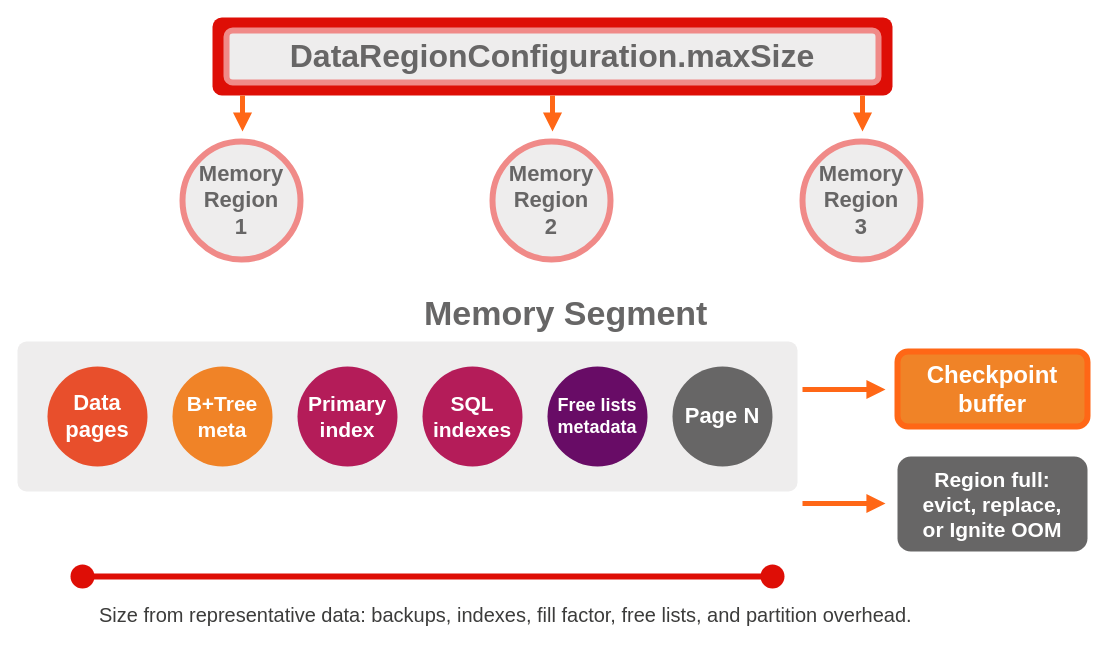
Earlier version of the draw.io diagram page "Data Region Budget" (2 of 13) of docs/_docs/images/memory-budget.drawio (ignitetcbot/ignite). Source tidied: cells renumbered, new cells numbered last; positions are measured from the earlier drawing's top-left corner, leaving out a move shared by most shapes. Both pictures are drawn from the tidied source at 100%, with x=0, y=0 at pixel (17, 17).
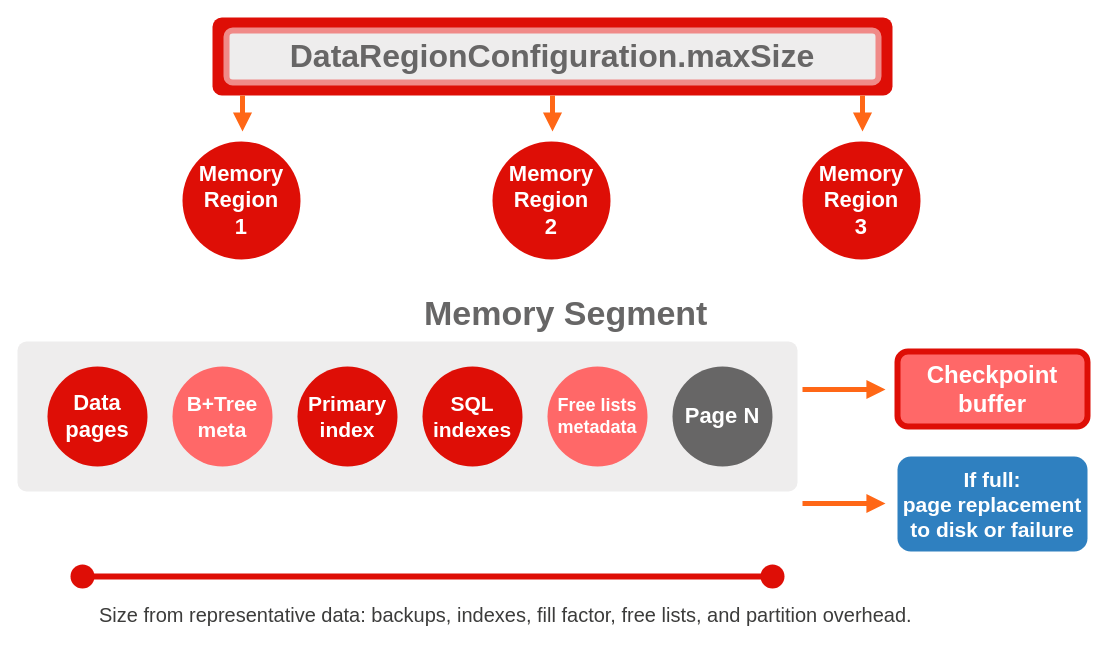
After the change.

Commit message (it also covers changes not shown here):
Ignite 2.x capacity planning - new iteration

The edit, as a diff of the source:
```diff
@@
-    <mxCell id="4" value="Memory&#10;Region&#10;1" style="ellipse;whiteSpace=wrap;html=1;fillColor=#eeeded;strokeColor=#f08a88;strokeWidth=6;fontSize=22;fontFamily=Helvetica;fontColor=#676666;fontStyle=1;" parent="1" vertex="1">
+    <mxCell id="4" value="Memory&#10;Region&#10;1" style="ellipse;whiteSpace=wrap;html=1;fillColor=#de0e06;strokeColor=none;strokeWidth=6;fontSize=22;fontFamily=Helvetica;fontColor=#ffffff;fontStyle=1;" parent="1" vertex="1">
       <mxGeometry x="165" y="124" width="118" height="118" as="geometry" />
     </mxCell>
-    <mxCell id="5" value="Memory&#10;Region&#10;2" style="ellipse;whiteSpace=wrap;html=1;fillColor=#eeeded;strokeColor=#f08a88;strokeWidth=6;fontSize=22;fontFamily=Helvetica;fontColor=#676666;fontStyle=1;" parent="1" vertex="1">
+    <mxCell id="5" value="Memory&#10;Region&#10;2" style="ellipse;whiteSpace=wrap;html=1;fillColor=#de0e06;strokeColor=none;strokeWidth=6;fontSize=22;fontFamily=Helvetica;fontColor=#ffffff;fontStyle=1;" parent="1" vertex="1">
       <mxGeometry x="475" y="124" width="118" height="118" as="geometry" />
     </mxCell>
-    <mxCell id="6" value="Memory&#10;Region&#10;3" style="ellipse;whiteSpace=wrap;html=1;fillColor=#eeeded;strokeColor=#f08a88;strokeWidth=6;fontSize=22;fontFamily=Helvetica;fontColor=#676666;fontStyle=1;" parent="1" vertex="1">
+    <mxCell id="6" value="Memory&#10;Region&#10;3" style="ellipse;whiteSpace=wrap;html=1;fillColor=#de0e06;strokeColor=none;strokeWidth=6;fontSize=22;fontFamily=Helvetica;fontColor=#ffffff;fontStyle=1;" parent="1" vertex="1">
       <mxGeometry x="785" y="124" width="118" height="118" as="geometry" />
     </mxCell>
@@
-    <mxCell id="12" value="Data&#10;pages" style="ellipse;whiteSpace=wrap;html=1;fillColor=#e84f2c;strokeColor=none;fontSize=22;fontFamily=Helvetica;fontColor=#ffffff;fontStyle=1;" parent="1" vertex="1">
+    <mxCell id="12" value="Data&#10;pages" style="ellipse;whiteSpace=wrap;html=1;fillColor=#de0e06;strokeColor=none;fontSize=22;fontFamily=Helvetica;fontColor=#ffffff;fontStyle=1;" parent="1" vertex="1">
       <mxGeometry x="30" y="349" width="100" height="100" as="geometry" />
     </mxCell>
-    <mxCell id="13" value="B+Tree&#10;meta" style="ellipse;whiteSpace=wrap;html=1;fillColor=#f08327;strokeColor=none;fontSize=21;fontFamily=Helvetica;fontColor=#ffffff;fontStyle=1;" parent="1" vertex="1">
+    <mxCell id="13" value="B+Tree&#10;meta" style="ellipse;whiteSpace=wrap;html=1;fillColor=#ff6868;strokeColor=none;fontSize=21;fontFamily=Helvetica;fontColor=#ffffff;fontStyle=1;" parent="1" vertex="1">
       <mxGeometry x="155" y="349" width="100" height="100" as="geometry" />
     </mxCell>
-    <mxCell id="14" value="Primary&#10;index" style="ellipse;whiteSpace=wrap;html=1;fillColor=#b41c59;strokeColor=none;fontSize=21;fontFamily=Helvetica;fontColor=#ffffff;fontStyle=1;" parent="1" vertex="1">
+    <mxCell id="14" value="Primary&#10;index" style="ellipse;whiteSpace=wrap;html=1;fillColor=#de0e06;strokeColor=none;fontSize=21;fontFamily=Helvetica;fontColor=#ffffff;fontStyle=1;" parent="1" vertex="1">
       <mxGeometry x="280" y="349" width="100" height="100" as="geometry" />
     </mxCell>
-    <mxCell id="15" value="SQL&#10;indexes" style="ellipse;whiteSpace=wrap;html=1;fillColor=#b41c59;strokeColor=none;fontSize=21;fontFamily=Helvetica;fontColor=#ffffff;fontStyle=1;" parent="1" vertex="1">
+    <mxCell id="15" value="SQL&#10;indexes" style="ellipse;whiteSpace=wrap;html=1;fillColor=#de0e06;strokeColor=none;fontSize=21;fontFamily=Helvetica;fontColor=#ffffff;fontStyle=1;" parent="1" vertex="1">
       <mxGeometry x="405" y="349" width="100" height="100" as="geometry" />
     </mxCell>
-    <mxCell id="16" value="Free lists&#10;metadata" style="ellipse;whiteSpace=wrap;html=1;fillColor=#680c66;strokeColor=none;fontSize=18;fontFamily=Helvetica;fontColor=#ffffff;fontStyle=1;" parent="1" vertex="1">
+    <mxCell id="16" value="Free lists&#10;metadata" style="ellipse;whiteSpace=wrap;html=1;fillColor=#ff6868;strokeColor=none;fontSize=18;fontFamily=Helvetica;fontColor=#ffffff;fontStyle=1;" parent="1" vertex="1">
       <mxGeometry x="530" y="349" width="100" height="100" as="geometry" />
     </mxCell>
@@
-    <mxCell id="18" value="Checkpoint&#10;buffer" style="rounded=1;whiteSpace=wrap;html=1;fillColor=#f08327;strokeColor=#ff6716;strokeWidth=6;arcSize=14;fontSize=24;fontFamily=Helvetica;fontColor=#ffffff;fontStyle=1;" parent="1" vertex="1">
+    <mxCell id="18" value="Checkpoint&#10;buffer" style="rounded=1;whiteSpace=wrap;html=1;fillColor=#ff6868;strokeColor=#de0e06;strokeWidth=6;arcSize=14;fontSize=24;fontFamily=Helvetica;fontColor=#ffffff;fontStyle=1;" parent="1" vertex="1">
       <mxGeometry x="880" y="334" width="190" height="75" as="geometry" />
     </mxCell>
-    <mxCell id="19" value="Region full:&#10;evict, replace,&#10;or Ignite OOM" style="rounded=1;whiteSpace=wrap;html=1;fillColor=#676666;strokeColor=none;arcSize=14;fontSize=21;fontFamily=Helvetica;fontColor=#ffffff;fontStyle=1;" parent="1" vertex="1">
+    <mxCell id="19" value="If full:&#10;page replacement&#10;to disk or failure" style="rounded=1;whiteSpace=wrap;html=1;fillColor=#2f80c0;strokeColor=none;arcSize=14;fontSize=21;fontFamily=Helvetica;fontColor=#ffffff;fontStyle=1;" parent="1" vertex="1">
       <mxGeometry x="880" y="439" width="190" height="95" as="geometry" />
     </mxCell>
```
